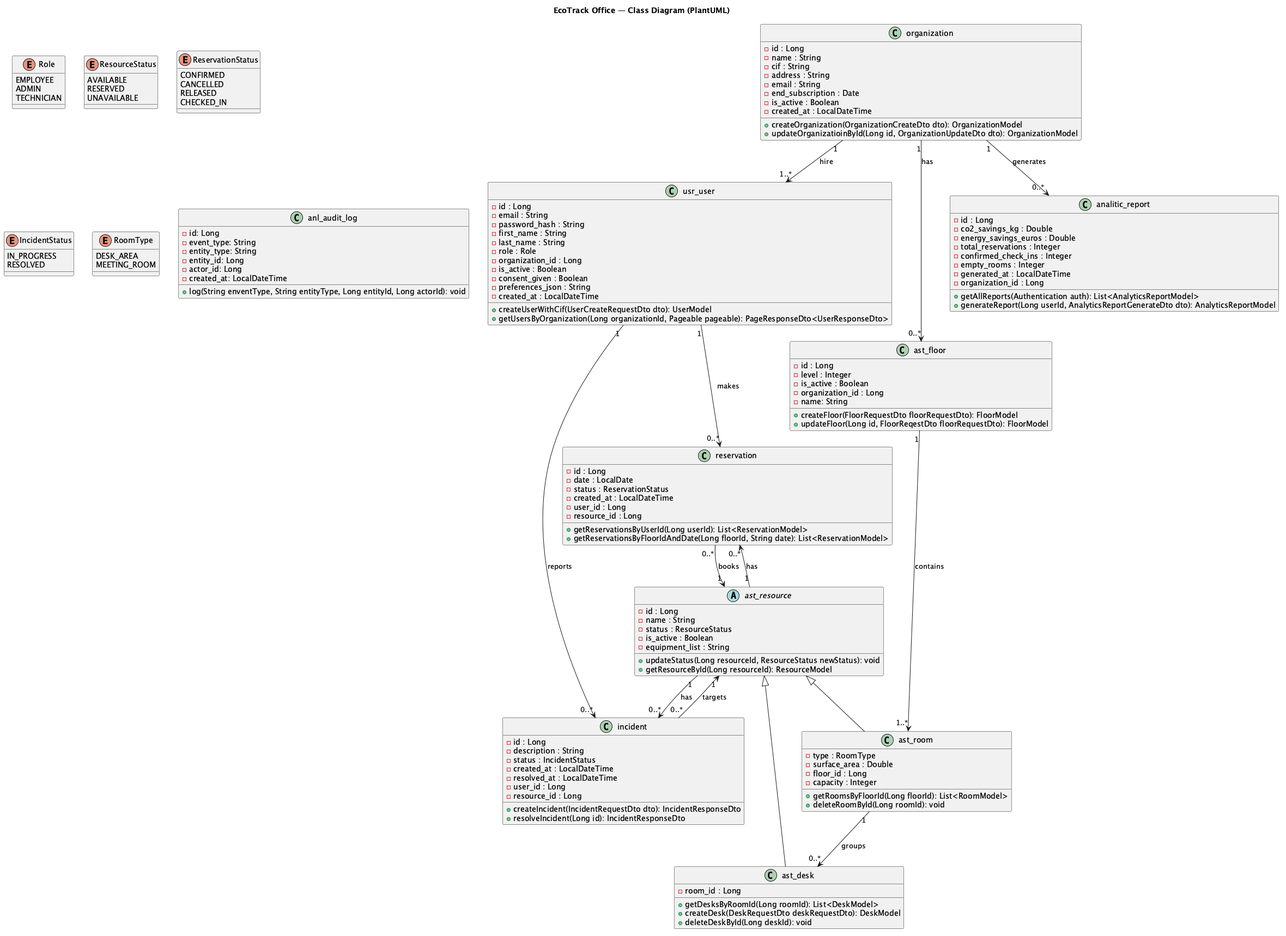
This is docs/class-diagram.png from GuillaumeEven/ecotrack-office, a PlantUML export, as it was before one commit.
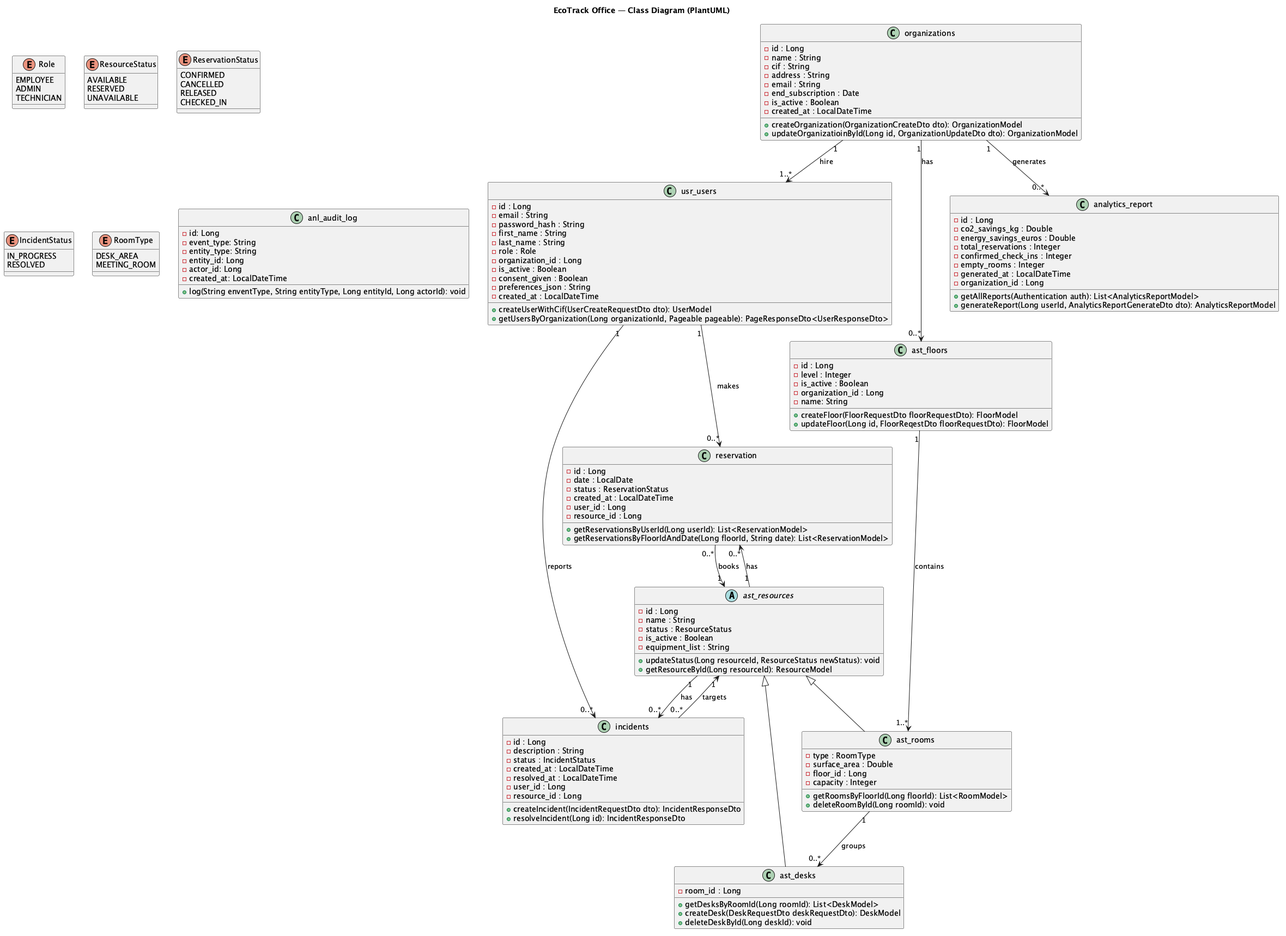
Later version of the same file.

Commit message:
refactor: rename classes in class diagram for consistency and clarity

Change to the diagram source:
```diff
@@ -26,7 +26,7 @@
     MEETING_ROOM
 }
 
-class usr_user {
+class usr_users {
     - id : Long
     - email : String
     - password_hash : String
@@ -42,7 +42,7 @@
     + getUsersByOrganization(Long organizationId, Pageable pageable): PageResponseDto<UserResponseDto>
 }
 
-class organization {
+class organizations {
     - id : Long
     - name : String
     - cif : String
@@ -55,7 +55,7 @@
     + updateOrganizatioinById(Long id, OrganizationUpdateDto dto): OrganizationModel
 }
 
-class ast_floor {
+class ast_floors {
     - id : Long
     - level : Integer
     - is_active : Boolean
@@ -65,7 +65,7 @@
     + updateFloor(Long id, FloorReqestDto floorRequestDto): FloorModel
 }
 
-abstract class ast_resource {
+abstract class ast_resources {
     - id : Long
     - name : String
     - status : ResourceStatus
@@ -75,7 +75,7 @@
     + getResourceById(Long resourceId): ResourceModel
 }
 
-class ast_room {
+class ast_rooms {
     - type : RoomType
     - surface_area : Double
     - floor_id : Long
@@ -84,7 +84,7 @@
     + deleteRoomById(Long roomId): void
 }
 
-class ast_desk {
+class ast_desks {
     - room_id : Long
     + getDesksByRoomId(Long roomId): List<DeskModel>
     + createDesk(DeskRequestDto deskRequestDto): DeskModel
@@ -102,7 +102,7 @@
     + getReservationsByFloorIdAndDate(Long floorId, String date): List<ReservationModel>
 }
 
-class incident {
+class incidents {
     - id : Long
     - description : String
     - status : IncidentStatus
@@ -114,7 +114,7 @@
     + resolveIncident(Long id): IncidentResponseDto
 }
 
-class analitic_report {
+class analytics_report {
     - id : Long
     - co2_savings_kg : Double
     - energy_savings_euros : Double
@@ -137,22 +137,22 @@
     + log(String enventType, String entityType, Long entityId, Long actorId): void
 }
 
-ast_resource <|-- ast_desk
-ast_resource <|-- ast_room
+ast_resources <|-- ast_desks
+ast_resources <|-- ast_rooms
 
-usr_user "1" --> "0..*" reservation : makes
-usr_user "1" --> "0..*" incident : reports
-organization "1" --> "0..*" ast_floor : has
-organization "1" --> "1..*" usr_user : hire
-organization "1" --> "0..*" analitic_report : generates
+usr_users "1" --> "0..*" reservation : makes
+usr_users "1" --> "0..*" incidents : reports
+organizations "1" --> "0..*" ast_floors : has
+organizations "1" --> "1..*" usr_users : hire
+organizations "1" --> "0..*" analytics_report : generates
 
-ast_floor "1" --> "1..*" ast_room : contains
-ast_room "1" --> "0..*" ast_desk : groups
-ast_resource "1" --> "0..*" reservation : has
-ast_resource "1" --> "0..*" incident : has
+ast_floors "1" --> "1..*" ast_rooms : contains
+ast_rooms "1" --> "0..*" ast_desks : groups
+ast_resources "1" --> "0..*" reservation : has
+ast_resources "1" --> "0..*" incidents : has
 
-reservation "0..*" --> "1" ast_resource : books
+reservation "0..*" --> "1" ast_resources : books
 
-incident "0..*" --> "1" ast_resource : targets
+incidents "0..*" --> "1" ast_resources : targets
 
 @enduml
```
